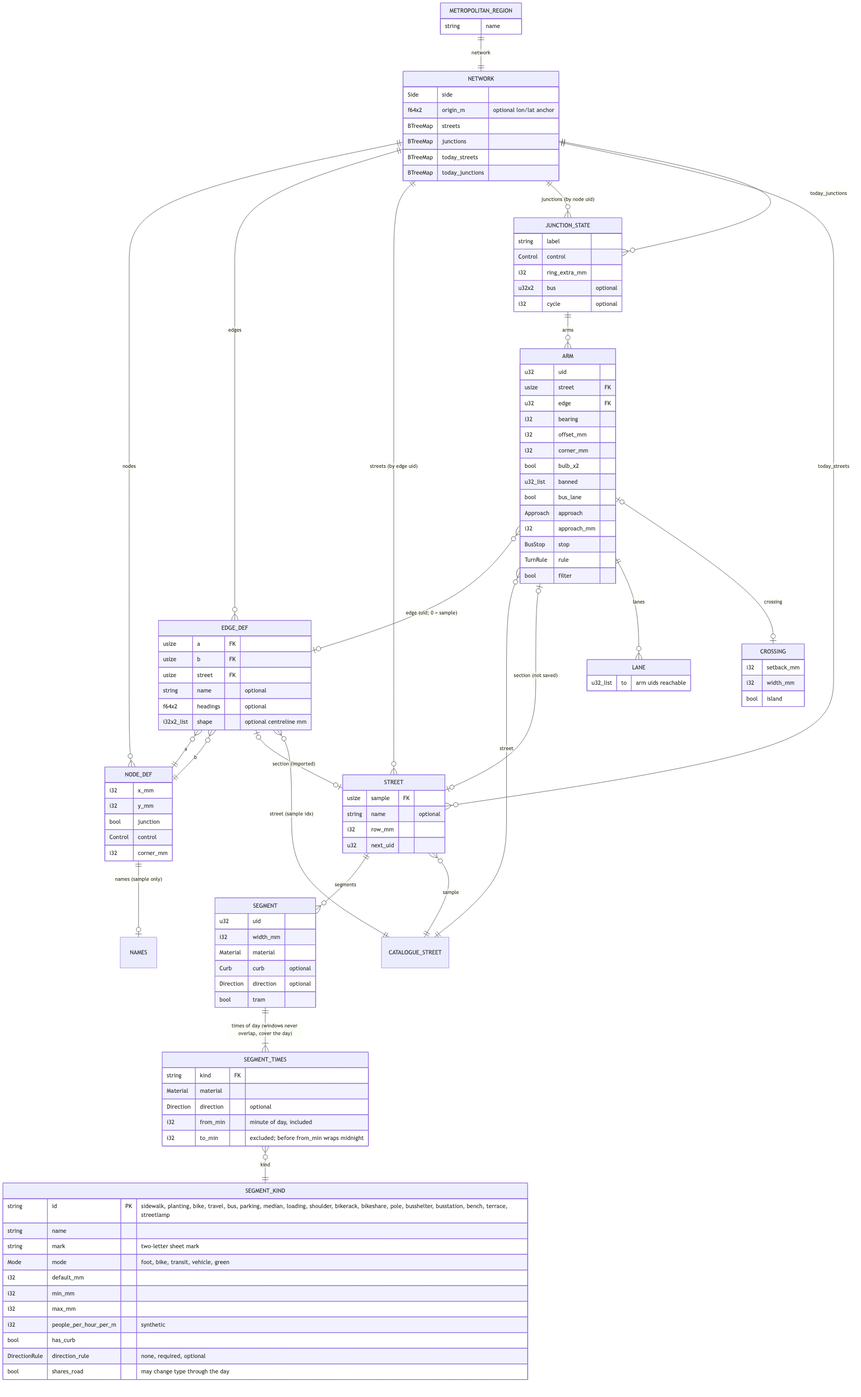
Before: docs/erd.png, a diagram exported from Mermaid (alandovskis/cityloom). Its source is kept beside it as docs/erd.mmd.
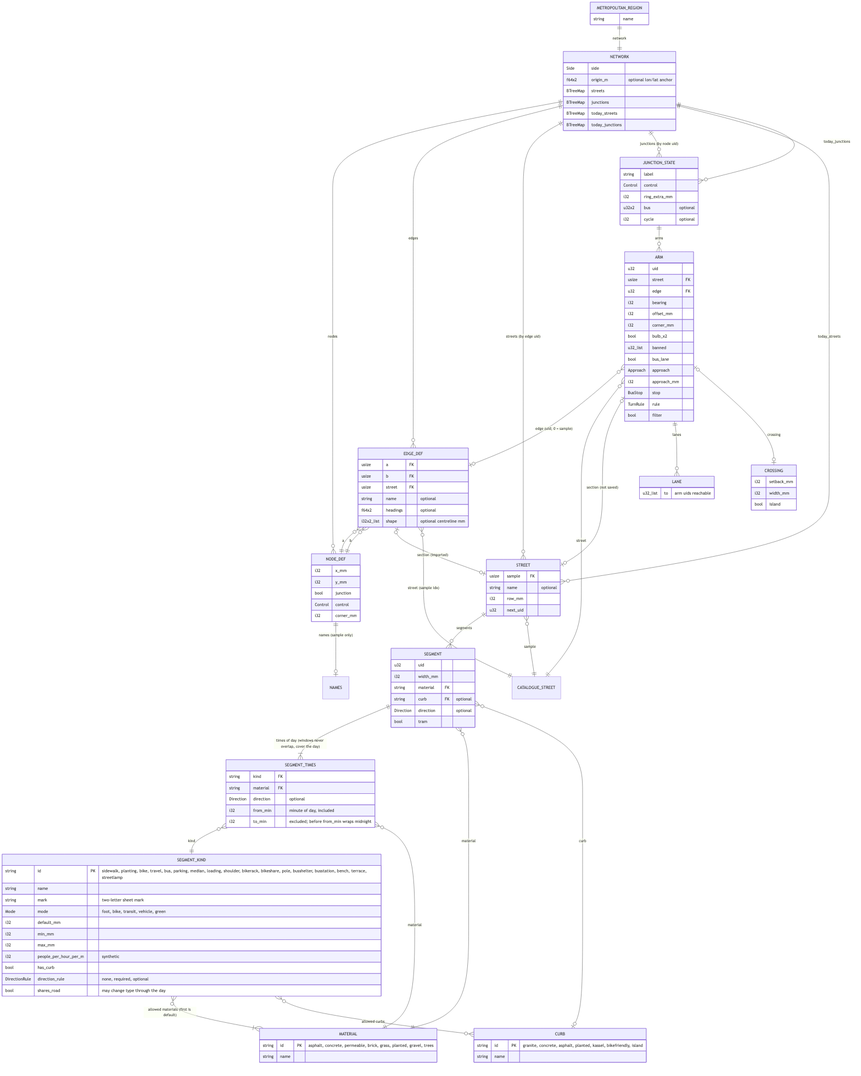
Above is the later version.

Commit message:
docs(erd): Material and Curb are entities of the catalogue

Change to the diagram source:
```diff
@@ -17,6 +17,11 @@
     STREET }o--|| CATALOGUE_STREET : "sample"
     SEGMENT ||--|{ SEGMENT_TIMES : "times of day (windows never overlap, cover the day)"
     SEGMENT_TIMES }o--|| SEGMENT_KIND : kind
+    SEGMENT }o--|| MATERIAL : material
+    SEGMENT }o--o| CURB : curb
+    SEGMENT_TIMES }o--|| MATERIAL : material
+    SEGMENT_KIND }o--|{ MATERIAL : "allowed materials (first is default)"
+    SEGMENT_KIND }o--o{ CURB : "allowed curbs"
 
     JUNCTION_STATE ||--o{ ARM : arms
     ARM }o--o| EDGE_DEF : "edge (uid; 0 = sample)"
@@ -60,14 +65,14 @@
     SEGMENT {
         u32 uid
         i32 width_mm
-        Material material
-        Curb curb "optional"
+        string material FK
+        string curb FK "optional"
         Direction direction "optional"
         bool tram
     }
     SEGMENT_TIMES {
         string kind FK
-        Material material
+        string material FK
         Direction direction "optional"
         i32 from_min "minute of day, included"
         i32 to_min "excluded; before from_min wraps midnight"
@@ -84,6 +89,14 @@
         bool has_curb
         DirectionRule direction_rule "none, required, optional"
         bool shares_road "may change type through the day"
+    }
+    MATERIAL {
+        string id PK "asphalt, concrete, permeable, brick, grass, planted, gravel, trees"
+        string name
+    }
+    CURB {
+        string id PK "granite, concrete, asphalt, planted, kassel, bikefriendly, island"
+        string name
     }
     JUNCTION_STATE {
         string label
```
